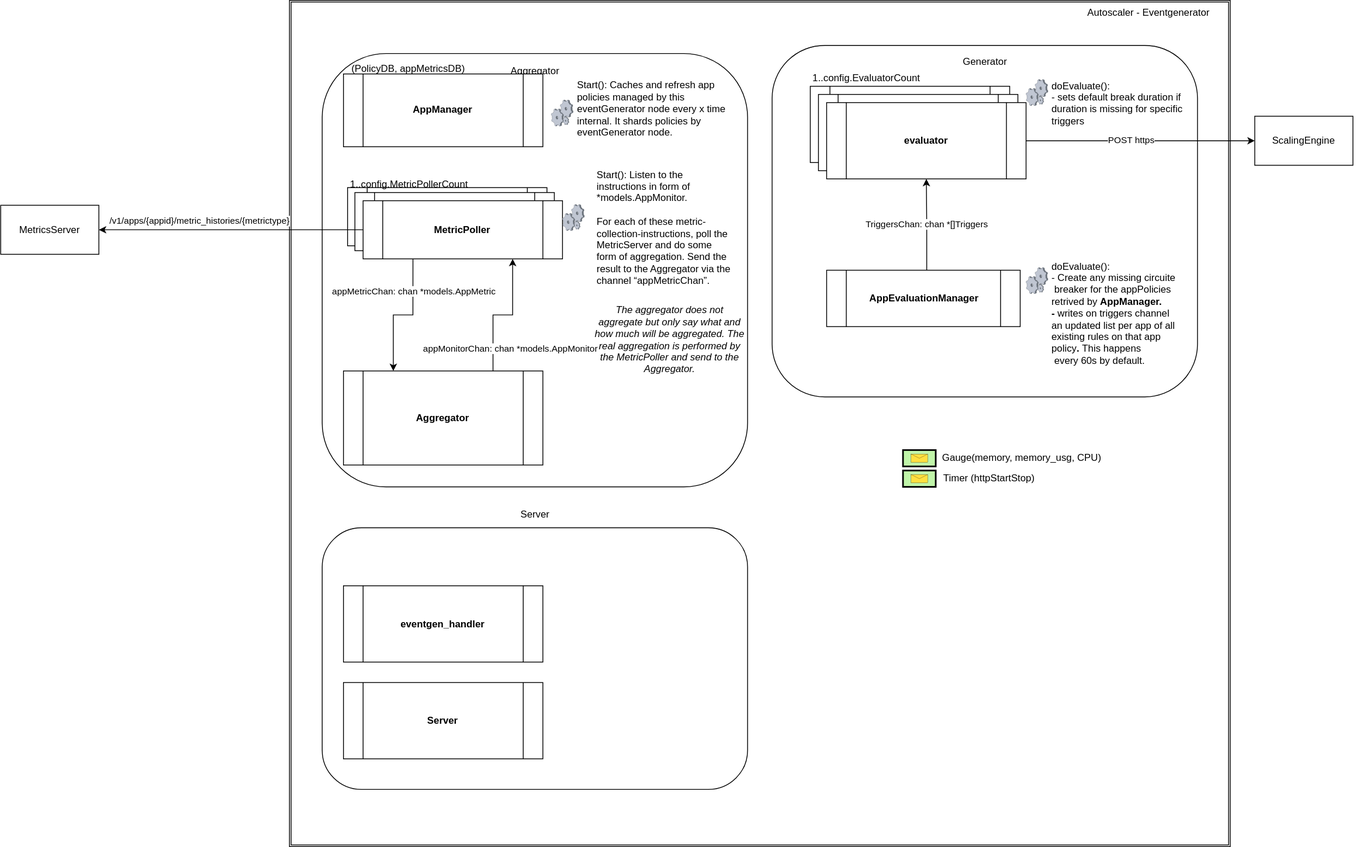
Before: docs/eventgenerator.svg, a diagram exported from draw.io (cloudfoundry/app-autoscaler-release). Source tidied: cells renumbered, new cells last; positions are measured from the earlier drawing's top-left corner, leaving out a move shared by most shapes.
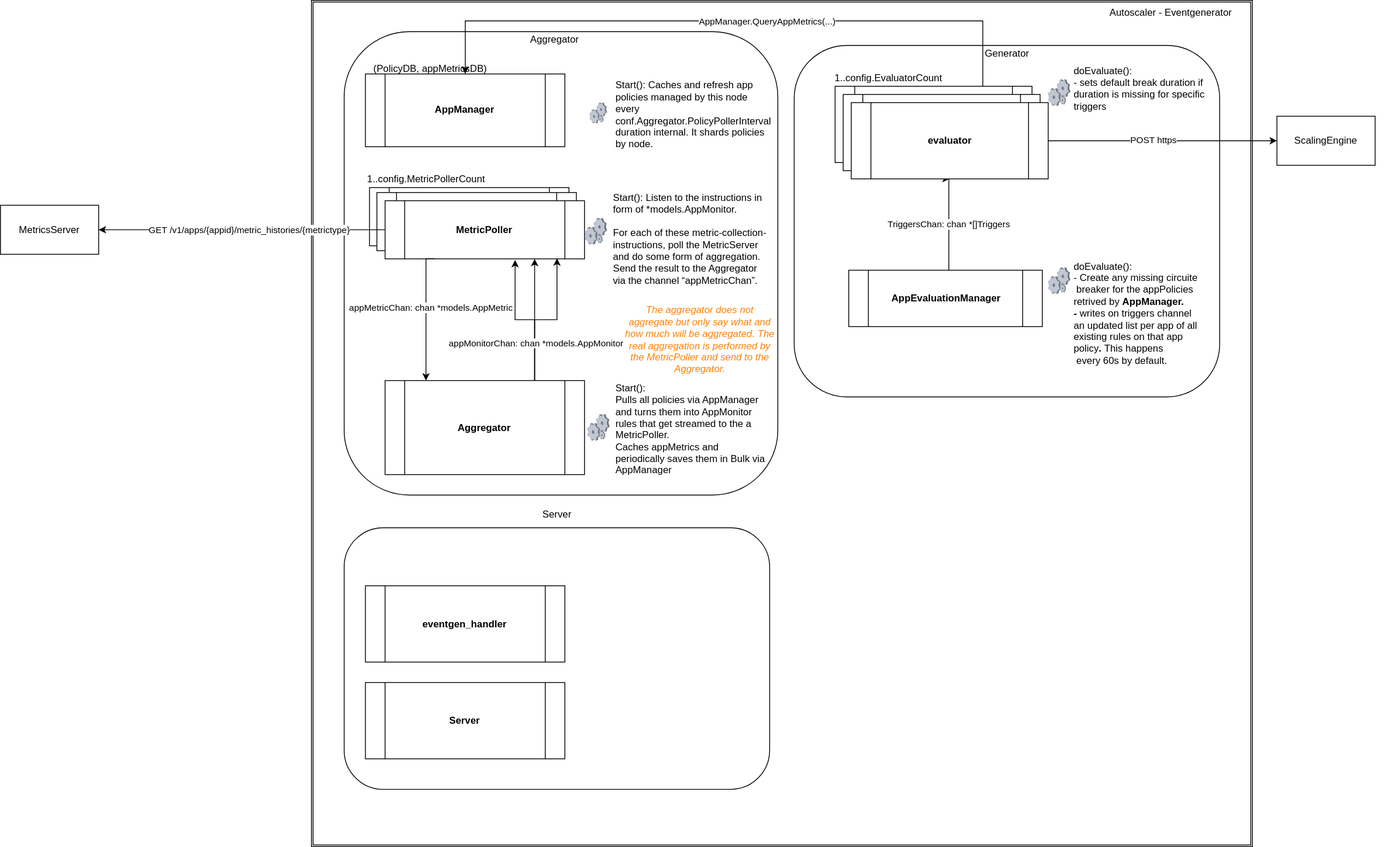
After the change.

Commit message:
Update Event generator diagram

Change to the diagram source:
```diff
@@ -5,28 +5,26 @@
     <mxCell id="2" style="shape=ext;double=1;rounded=0;whiteSpace=wrap;html=1;" parent="1" vertex="1">
       <mxGeometry x="353" width="1150" height="1035" as="geometry" />
     </mxCell>
+    <mxCell id="4" style="rounded=1;whiteSpace=wrap;html=1;" parent="1" vertex="1">
+      <mxGeometry x="393" y="38.3" width="530" height="566.7" as="geometry" />
+    </mxCell>
     <mxCell id="3" style="group;align=left;" parent="1" vertex="1">
-      <mxGeometry x="393" y="65" width="700" height="530" as="geometry" />
+      <mxGeometry x="393" y="65" width="700" height="900" as="geometry" />
     </mxCell>
-    <mxCell id="4" style="rounded=1;whiteSpace=wrap;html=1;" parent="3" vertex="1">
-      <mxGeometry width="520" height="530" as="geometry" />
-    </mxCell>
-    <mxCell id="5" value="Aggregator" style="text;html=1;align=center;verticalAlign=middle;strokeColor=none;fillColor=none;" parent="3" vertex="1">
-      <mxGeometry x="220" y="12.3" width="80" height="20" as="geometry" />
-    </mxCell>
-    <mxCell id="6" style="edgeStyle=orthogonalEdgeStyle;rounded=0;jettySize=auto;html=1;exitX=0.75;exitY=0;exitDx=0;exitDy=0;entryX=0.75;entryY=1;entryDx=0;entryDy=0;" parent="3" edge="1" source="8" target="17">
+    <mxCell id="6" style="edgeStyle=orthogonalEdgeStyle;rounded=0;jettySize=auto;html=1;exitX=0.75;exitY=0;exitDx=0;exitDy=0;entryX=0.75;entryY=1;entryDx=0;entryDy=0;horizontal=1;verticalAlign=top;endArrow=classic;endFill=1;" parent="3" edge="1" source="8" target="17">
       <mxGeometry relative="1" as="geometry" />
     </mxCell>
-    <mxCell id="7" value="appMonitorChan: chan *models.AppMonitor" style="edgeLabel;html=1;align=center;verticalAlign=middle;" parent="6" vertex="1">
-      <mxGeometry x="0.38" y="3" relative="1" as="geometry">
-        <mxPoint y="59" as="offset" />
-      </mxGeometry>
-    </mxCell>
+    <mxCell id="60" style="edgeStyle=orthogonalEdgeStyle;rounded=0;jettySize=auto;html=1;exitX=0.75;exitY=0;exitDx=0;exitDy=0;entryX=0.862;entryY=0.991;entryDx=0;entryDy=0;entryPerimeter=0;fontColor=#000000;endArrow=classic;endFill=1;strokeWidth=1;" parent="3" edge="1" source="8" target="17">
+      <mxGeometry relative="1" as="geometry" />
+    </mxCell>
+    <mxCell id="61" style="edgeStyle=orthogonalEdgeStyle;rounded=0;jettySize=auto;html=1;exitX=0.75;exitY=0;exitDx=0;exitDy=0;entryX=0.652;entryY=1.019;entryDx=0;entryDy=0;entryPerimeter=0;fontColor=#000000;endArrow=classic;endFill=1;strokeWidth=1;" parent="3" edge="1" source="8" target="17">
+      <mxGeometry relative="1" as="geometry" />
+    </mxCell>
     <mxCell id="8" value="&lt;b&gt;Aggregator&lt;/b&gt;" style="shape=process;whiteSpace=wrap;html=1;backgroundOutline=1;" parent="3" vertex="1">
-      <mxGeometry x="26" y="388.3" width="243.8" height="115" as="geometry" />
+      <mxGeometry x="50" y="400" width="243.8" height="115" as="geometry" />
     </mxCell>
     <mxCell id="9" style="group;" parent="3" vertex="1">
-      <mxGeometry x="26" y="-3.7" width="243.8" height="117.7" as="geometry" />
+      <mxGeometry x="26" y="-3.7" width="314" height="158.1" as="geometry" />
     </mxCell>
     <mxCell id="10" value="&lt;br&gt;(PolicyDB, appMetricsDB)" style="text;html=1;align=center;verticalAlign=middle;strokeColor=none;fillColor=none;" parent="9" vertex="1">
       <mxGeometry x="4" width="150" height="30" as="geometry" />
@@ -44,7 +42,7 @@
       <mxGeometry x="5" y="14" width="243.8" height="71.1" as="geometry" />
     </mxCell>
     <mxCell id="15" value="1..config.MetricPollerCount" style="text;html=1;align=center;verticalAlign=middle;strokeColor=none;fillColor=none;" parent="13" vertex="1">
-      <mxGeometry width="160" height="20" as="geometry" />
+      <mxGeometry x="-6" y="-6" width="160" height="20" as="geometry" />
     </mxCell>
     <mxCell id="16" value="&lt;b&gt;MetricPoller&lt;/b&gt;" style="shape=process;whiteSpace=wrap;html=1;backgroundOutline=1;" parent="13" vertex="1">
       <mxGeometry x="14" y="20" width="243.8" height="71.1" as="geometry" />
@@ -52,52 +50,34 @@
     <mxCell id="17" value="&lt;b&gt;MetricPoller&lt;/b&gt;" style="shape=process;whiteSpace=wrap;html=1;backgroundOutline=1;" parent="13" vertex="1">
       <mxGeometry x="24" y="30" width="243.8" height="71.1" as="geometry" />
     </mxCell>
-    <mxCell id="18" style="edgeStyle=orthogonalEdgeStyle;rounded=0;jettySize=auto;html=1;exitX=0.25;exitY=1;exitDx=0;exitDy=0;entryX=0.25;entryY=0;entryDx=0;entryDy=0;" parent="3" edge="1" source="17" target="8">
-      <mxGeometry relative="1" as="geometry" />
+    <mxCell id="18" style="edgeStyle=orthogonalEdgeStyle;rounded=0;jettySize=auto;html=1;exitX=0.25;exitY=1;exitDx=0;exitDy=0;" parent="3" edge="1" source="17">
+      <mxGeometry relative="1" as="geometry">
+        <mxPoint x="100" y="400" as="targetPoint" />
+        <Array as="points">
+          <mxPoint x="100" y="251" />
+          <mxPoint x="100" y="400" />
+        </Array>
+      </mxGeometry>
     </mxCell>
     <mxCell id="19" value="&lt;div&gt;appMetricChan: chan *models.AppMetric&lt;br&gt;&lt;/div&gt;" style="edgeLabel;html=1;align=center;verticalAlign=middle;" parent="18" vertex="1">
       <mxGeometry x="-0.39" y="1" relative="1" as="geometry">
-        <mxPoint y="-10" as="offset" />
+        <mxPoint x="4" y="21" as="offset" />
       </mxGeometry>
     </mxCell>
-    <mxCell id="20" style="group;" parent="3" vertex="1">
-      <mxGeometry x="280" y="30" width="230" height="110.9" as="geometry" />
-    </mxCell>
-    <mxCell id="21" style="verticalLabelPosition=bottom;sketch=0;html=1;verticalAlign=top;strokeColor=none;align=center;shape=mxgraph.citrix.process;" parent="20" vertex="1">
-      <mxGeometry y="26.7" width="26.8" height="32" as="geometry" />
-    </mxCell>
-    <mxCell id="22" value="Start(): Caches and refresh app &lt;br&gt;policies managed by this &lt;br&gt;eventGenerator node every x time &lt;br&gt;internal. It shards policies by &lt;br&gt;eventGenerator&amp;nbsp;node.&lt;br&gt;&amp;nbsp;" style="text;html=1;align=left;verticalAlign=middle;strokeColor=none;fillColor=none;" parent="20" vertex="1">
-      <mxGeometry x="30" width="200" height="90" as="geometry" />
-    </mxCell>
-    <mxCell id="23" value="&lt;i&gt;The aggregator does not aggregate but only say what and how much will be aggregated. The real aggregation is performed by the MetricPoller and send to the Aggregator.&lt;/i&gt;" style="text;html=1;strokeColor=none;fillColor=none;align=center;verticalAlign=middle;whiteSpace=wrap;rounded=0;" parent="3" vertex="1">
-      <mxGeometry x="330" y="300" width="190" height="100" as="geometry" />
+    <mxCell id="23" value="&lt;i&gt;&lt;font color=&quot;#ff8000&quot;&gt;The aggregator does not aggregate but only say what and how much will be aggregated. The real aggregation is performed by the MetricPoller and send to the Aggregator.&lt;/font&gt;&lt;/i&gt;" style="text;html=1;strokeColor=none;fillColor=none;align=center;verticalAlign=middle;whiteSpace=wrap;rounded=0;" parent="3" vertex="1">
+      <mxGeometry x="340" y="300" width="190" height="100" as="geometry" />
     </mxCell>
     <mxCell id="24" style="verticalLabelPosition=bottom;sketch=0;html=1;verticalAlign=top;strokeColor=none;align=center;shape=mxgraph.citrix.process;" parent="3" vertex="1">
-      <mxGeometry x="293.8" y="184.6" width="26.8" height="32" as="geometry" />
+      <mxGeometry x="294.2" y="201.2" width="26.8" height="32" as="geometry" />
     </mxCell>
     <mxCell id="25" value="&lt;div&gt;Start(): Listen to the instructions in form of *models.AppMonitor. &lt;br&gt;&lt;/div&gt;&lt;div&gt;&lt;br&gt;&lt;/div&gt;&lt;div&gt;For each of these metric-collection-instructions, poll the MetricServer and do some form of aggregation. Send the result to the Aggregator via the channel “appMetricChan”.&lt;/div&gt;" style="text;html=1;strokeColor=none;fillColor=none;align=left;verticalAlign=middle;whiteSpace=wrap;rounded=0;" parent="3" vertex="1">
-      <mxGeometry x="333.8" y="155.6" width="166.2" height="114.4" as="geometry" />
+      <mxGeometry x="326.8" y="170" width="190" height="114.4" as="geometry" />
     </mxCell>
-    <mxCell id="26" style="group;" parent="1" vertex="1">
-      <mxGeometry x="1103" y="525" width="270" height="70" as="geometry" />
-    </mxCell>
-    <mxCell id="27" style="strokeWidth=2;dashed=0;align=center;fontSize=8;fillColor=#c0f5a9;verticalLabelPosition=bottom;verticalAlign=top;shape=mxgraph.eip.envelope_wrapper;" parent="26" vertex="1">
-      <mxGeometry y="25" width="40" height="20" as="geometry" />
-    </mxCell>
-    <mxCell id="28" style="strokeWidth=2;dashed=0;align=center;fontSize=8;fillColor=#c0f5a9;verticalLabelPosition=bottom;verticalAlign=top;shape=mxgraph.eip.envelope_wrapper;" parent="26" vertex="1">
-      <mxGeometry y="50" width="40" height="20" as="geometry" />
-    </mxCell>
-    <mxCell id="29" value="Gauge(memory, memory_usg, CPU)" style="text;html=1;align=center;verticalAlign=middle;strokeColor=none;fillColor=none;" parent="26" vertex="1">
-      <mxGeometry x="40" y="25" width="210" height="20" as="geometry" />
-    </mxCell>
-    <mxCell id="30" value="Timer (httpStartStop)&lt;br&gt;" style="text;html=1;align=center;verticalAlign=middle;strokeColor=none;fillColor=none;" parent="26" vertex="1">
-      <mxGeometry x="40" y="50" width="130" height="20" as="geometry" />
-    </mxCell>
-    <mxCell id="31" value="Autoscaler - Eventgenerator" style="text;html=1;align=center;verticalAlign=middle;strokeColor=none;fillColor=none;" parent="1" vertex="1">
-      <mxGeometry x="1318" y="5" width="170" height="20" as="geometry" />
-    </mxCell>
+    <mxCell id="21" style="verticalLabelPosition=bottom;sketch=0;html=1;verticalAlign=top;strokeColor=none;align=center;shape=mxgraph.citrix.process;" parent="3" vertex="1">
+      <mxGeometry x="300" y="60" width="21" height="25" as="geometry" />
+    </mxCell>
-    <mxCell id="32" style="group;" parent="1" vertex="1">
-      <mxGeometry x="393" y="535" width="520" height="430" as="geometry" />
+    <mxCell id="32" style="group;" parent="3" vertex="1">
+      <mxGeometry y="470" width="520" height="430" as="geometry" />
     </mxCell>
     <mxCell id="33" style="rounded=1;whiteSpace=wrap;html=1;" parent="32" vertex="1">
       <mxGeometry y="110" width="520" height="320" as="geometry" />
@@ -111,6 +91,12 @@
     <mxCell id="36" value="&lt;b&gt;Server&lt;/b&gt;" style="shape=process;whiteSpace=wrap;html=1;backgroundOutline=1;" parent="32" vertex="1">
       <mxGeometry x="26" y="299.3" width="243.8" height="93.3" as="geometry" />
     </mxCell>
+    <mxCell id="62" value="Start(): Caches and refresh app policies managed by this node every conf.Aggregator.PolicyPollerInterval duration&amp;nbsp;internal. It shards policies by node." style="text;html=1;strokeColor=none;fillColor=none;align=left;verticalAlign=middle;whiteSpace=wrap;rounded=0;" parent="3" vertex="1">
+      <mxGeometry x="330" y="18.2" width="190" height="114.4" as="geometry" />
+    </mxCell>
+    <mxCell id="31" value="Autoscaler - Eventgenerator" style="text;html=1;align=center;verticalAlign=middle;strokeColor=none;fillColor=none;" parent="1" vertex="1">
+      <mxGeometry x="1318" y="5" width="170" height="20" as="geometry" />
+    </mxCell>
     <mxCell id="37" style="group;" parent="1" vertex="1">
       <mxGeometry x="943" y="55" width="730" height="505" as="geometry" />
     </mxCell>
@@ -118,12 +104,12 @@
       <mxGeometry width="520" height="430" as="geometry" />
     </mxCell>
     <mxCell id="39" value="Generator" style="text;html=1;align=center;verticalAlign=middle;strokeColor=none;fillColor=none;" parent="37" vertex="1">
-      <mxGeometry x="225" y="10" width="70" height="20" as="geometry" />
+      <mxGeometry x="225" width="70" height="20" as="geometry" />
     </mxCell>
     <mxCell id="40" value="1..config.EvaluatorCount" style="text;html=1;align=center;verticalAlign=middle;strokeColor=none;fillColor=none;" parent="37" vertex="1">
       <mxGeometry x="40" y="30" width="150" height="20" as="geometry" />
     </mxCell>
-    <mxCell id="41" value="TriggersChan: chan *[]Triggers" style="edgeStyle=orthogonalEdgeStyle;rounded=0;jettySize=auto;html=1;entryX=0.5;entryY=1;entryDx=0;entryDy=0;" parent="37" edge="1" source="47" target="45">
+    <mxCell id="41" value="TriggersChan: chan *[]Triggers" style="edgeStyle=orthogonalEdgeStyle;rounded=0;jettySize=auto;html=1;entryX=0.5;entryY=1;entryDx=0;entryDy=0;strokeColor=default;" parent="37" edge="1" source="47" target="45">
       <mxGeometry relative="1" as="geometry">
         <Array as="points">
           <mxPoint x="189" y="220" />
@@ -132,16 +118,16 @@
       </mxGeometry>
     </mxCell>
     <mxCell id="42" style="group;" parent="37" vertex="1">
-      <mxGeometry x="46.7" y="50" width="263.8" height="113.3" as="geometry" />
+      <mxGeometry x="50" y="50" width="260.4" height="113.3" as="geometry" />
     </mxCell>
     <mxCell id="43" value="&lt;b&gt;evaluator&lt;/b&gt;" style="shape=process;whiteSpace=wrap;html=1;backgroundOutline=1;" parent="42" vertex="1">
-      <mxGeometry width="243.8" height="93.3" as="geometry" />
+      <mxGeometry width="240.7" height="93.3" as="geometry" />
     </mxCell>
     <mxCell id="44" value="&lt;b&gt;evaluator&lt;/b&gt;" style="shape=process;whiteSpace=wrap;html=1;backgroundOutline=1;" parent="42" vertex="1">
-      <mxGeometry x="10" y="10" width="243.8" height="93.3" as="geometry" />
+      <mxGeometry x="9.9" y="10" width="240.7" height="93.3" as="geometry" />
     </mxCell>
     <mxCell id="45" value="&lt;b&gt;evaluator&lt;/b&gt;" style="shape=process;whiteSpace=wrap;html=1;backgroundOutline=1;" parent="42" vertex="1">
-      <mxGeometry x="20" y="20" width="243.8" height="93.3" as="geometry" />
+      <mxGeometry x="19.7" y="20" width="240.7" height="93.3" as="geometry" />
     </mxCell>
     <mxCell id="46" value="uuu" style="group;direction=south;" parent="37" vertex="1">
       <mxGeometry x="66.7" y="275" width="110" height="195" as="geometry" />
@@ -174,18 +160,43 @@
       <mxGeometry x="340.4" y="260" width="170" height="150" as="geometry" />
     </mxCell>
     <mxCell id="56" value="doEvaluate(): &lt;br&gt;- sets default break duration if&amp;nbsp;&lt;br&gt;duration is missing for specific&amp;nbsp;&lt;br&gt;triggers&lt;br&gt;&lt;span style=&quot;color: rgba(0 , 0 , 0 , 0) ; font-family: monospace ; font-size: 0px&quot;&gt;%3CmxGraphModel%3E%3Croot%3E%3CmxCell%20id%3D%220%22%2F%3E%3CmxCell%20id%3D%221%22%20parent%3D%220%22%2F%3E%3CmxCell%20id%3D%222%22%20value%3D%22%22%20style%3D%22group%22%20vertex%3D%221%22%20connectable%3D%220%22%20parent%3D%221%22%3E%3CmxGeometry%20x%3D%2210%22%20y%3D%2275%22%20width%3D%22230%22%20height%3D%2289.99999999999999%22%20as%3D%22geometry%22%2F%3E%3C%2FmxCell%3E%3CmxCell%20id%3D%223%22%20value%3D%22%22%20style%3D%22verticalLabelPosition%3Dbottom%3Bsketch%3D0%3Baspect%3Dfixed%3Bhtml%3D1%3BverticalAlign%3Dtop%3BstrokeColor%3Dnone%3Balign%3Dcenter%3BoutlineConnect%3D0%3Bshape%3Dmxgraph.citrix.process%3B%22%20vertex%3D%221%22%20parent%3D%222%22%3E%3CmxGeometry%20y%3D%2221.67%22%20width%3D%2226.84%22%20height%3D%2232%22%20as%3D%22geometry%22%2F%3E%3C%2FmxCell%3E%3CmxCell%20id%3D%224%22%20value%3D%22Start()%3A%20Caches%20and%20refresh%20app%20%26lt%3Bbr%26gt%3Bpolicies%20managed%20by%20this%20%26lt%3Bbr%26gt%3BeventGenerator%20node%20every%20x%20time%20%26lt%3Bbr%26gt%3Binternal.%20It%20shards%20policies%20by%20%26lt%3Bbr%26gt%3BeventGenerator%26amp%3Bnbsp%3Bnode.%26lt%3Bbr%26gt%3B%26amp%3Bnbsp%3B%22%20style%3D%22text%3Bhtml%3D1%3Balign%3Dleft%3BverticalAlign%3Dmiddle%3Bresizable%3D0%3Bpoints%3D%5B%5D%3Bautosize%3D1%3BstrokeColor%3Dnone%3BfillColor%3Dnone%3B%22%20vertex%3D%221%22%20parent%3D%222%22%3E%3CmxGeometry%20x%3D%2229.999999999999943%22%20width%3D%22200%22%20height%3D%2290%22%20as%3D%22geometry%22%2F%3E%3C%2FmxCell%3E%3C%2Froot%3E%3C%2FmxGraphModel%3ECra&lt;/span&gt;&lt;b&gt;&lt;br&gt;&lt;/b&gt;" style="text;html=1;align=left;verticalAlign=middle;strokeColor=none;fillColor=none;" parent="37" vertex="1">
-      <mxGeometry x="340.4" y="37.5" width="180" height="80" as="geometry" />
+      <mxGeometry x="340.4" y="20" width="180" height="80" as="geometry" />
     </mxCell>
     <mxCell id="57" style="edgeStyle=orthogonalEdgeStyle;rounded=0;jettySize=auto;html=1;exitX=0;exitY=0.5;exitDx=0;exitDy=0;entryX=1;entryY=0.5;entryDx=0;entryDy=0;" parent="1" edge="1" source="17" target="59">
       <mxGeometry relative="1" as="geometry" />
     </mxCell>
-    <mxCell id="58" value="/v1/apps/{appid}/metric_histories/{metrictype}" style="edgeLabel;html=1;align=center;verticalAlign=middle;" parent="57" vertex="1">
-      <mxGeometry x="0.43" y="-1" relative="1" as="geometry">
-        <mxPoint x="31" y="-10" as="offset" />
-      </mxGeometry>
-    </mxCell>
+    <mxCell id="63" value="GET&amp;nbsp;/v1/apps/{appid}/metric_histories/{metrictype}" style="edgeLabel;html=1;align=center;verticalAlign=middle;fontColor=#000000;" parent="57" vertex="1">
+      <mxGeometry x="0.32" y="-1" relative="1" as="geometry">
+        <mxPoint x="65" y="1" as="offset" />
+      </mxGeometry>
+    </mxCell>
     <mxCell id="59" value="MetricsServer" style="rounded=0;whiteSpace=wrap;html=1;" parent="1" vertex="1">
-      <mxGeometry y="250.6" width="120" height="60" as="geometry" />
+      <mxGeometry x="-27" y="250.6" width="120" height="60" as="geometry" />
     </mxCell>
+    <mxCell id="5" value="Aggregator" style="text;html=1;align=center;verticalAlign=middle;strokeColor=none;fillColor=none;" parent="1" vertex="1">
+      <mxGeometry x="610.3" y="38.3" width="80" height="20" as="geometry" />
+    </mxCell>
+    <mxCell id="64" style="verticalLabelPosition=bottom;sketch=0;html=1;verticalAlign=top;strokeColor=none;align=center;shape=mxgraph.citrix.process;" parent="1" vertex="1">
+      <mxGeometry x="690.3" y="506.2" width="26.8" height="32" as="geometry" />
+    </mxCell>
+    <mxCell id="65" value="&lt;div&gt;Start():&lt;/div&gt;&lt;div&gt;Pulls all policies via AppManager and turns them into AppMonitor rules that get streamed to the a MetricPoller.&lt;/div&gt;&lt;div&gt;Caches appMetrics and periodically saves them in Bulk via AppManager&amp;nbsp;&lt;/div&gt;&lt;div&gt;&lt;br&gt;&lt;/div&gt;" style="text;html=1;strokeColor=none;fillColor=none;align=left;verticalAlign=middle;whiteSpace=wrap;rounded=0;" parent="1" vertex="1">
+      <mxGeometry x="723" y="475" width="190" height="114.4" as="geometry" />
+    </mxCell>
+    <mxCell id="7" value="&lt;span style=&quot;font-size: 11px ; background-color: rgb(255 , 255 , 255)&quot;&gt;appMonitorChan: chan *models.AppMonitor&lt;/span&gt;" style="text;html=1;strokeColor=none;fillColor=none;align=center;verticalAlign=middle;whiteSpace=wrap;rounded=0;fontColor=#000000;" parent="1" vertex="1">
+      <mxGeometry x="513" y="405" width="230" height="30" as="geometry" />
+    </mxCell>
+    <mxCell id="66" style="edgeStyle=orthogonalEdgeStyle;rounded=0;jettySize=auto;html=1;exitX=0.75;exitY=0;exitDx=0;exitDy=0;fontColor=#000000;endArrow=classic;endFill=1;strokeColor=default;strokeWidth=1;" parent="1" edge="1" source="43" target="11">
+      <mxGeometry relative="1" as="geometry">
+        <Array as="points">
+          <mxPoint x="1174" y="25" />
+          <mxPoint x="541" y="25" />
+        </Array>
+      </mxGeometry>
+    </mxCell>
+    <mxCell id="67" value="AppManager.QueryAppMetrics(...)" style="edgeLabel;html=1;align=center;verticalAlign=middle;fontColor=#000000;" parent="66" vertex="1">
+      <mxGeometry x="0.03" y="-1" relative="1" as="geometry">
+        <mxPoint x="54" y="1" as="offset" />
+      </mxGeometry>
+    </mxCell>
   </root>
 </mxGraphModel>
```
